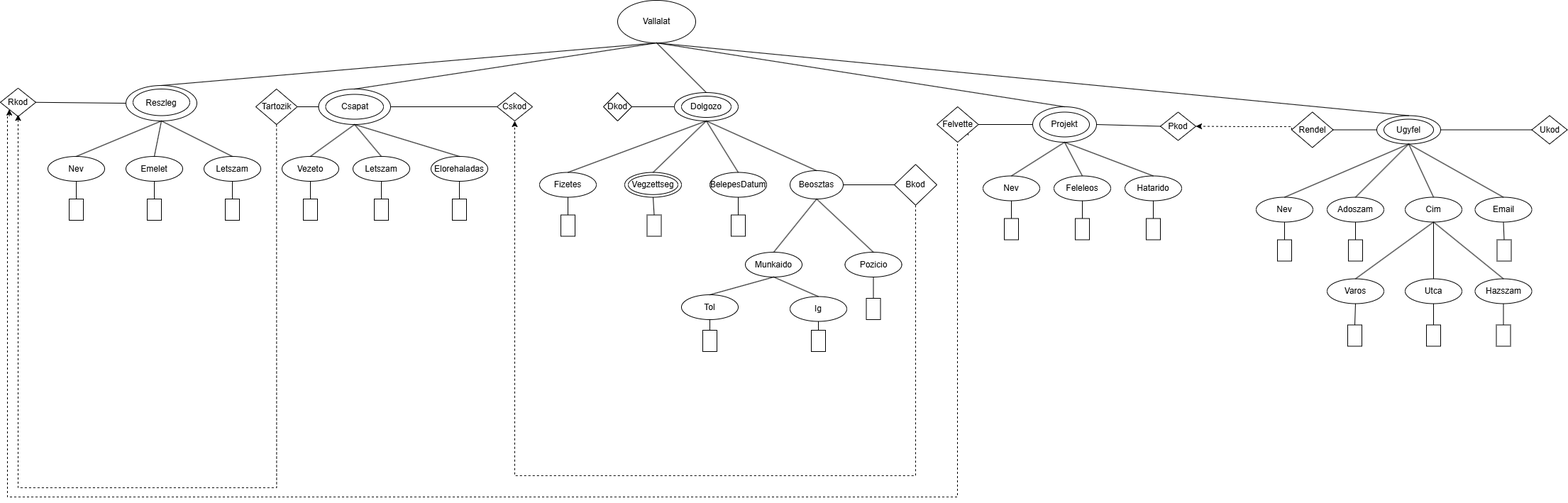
Before: XMLTaskY4O4X0/XDMY4O4X0.png, a diagram exported from draw.io (szaloczy/Y4O4X0WebXML). Source tidied: cells renumbered, new cells last; positions are measured from the earlier drawing's top-left corner, leaving out a move shared by most shapes.
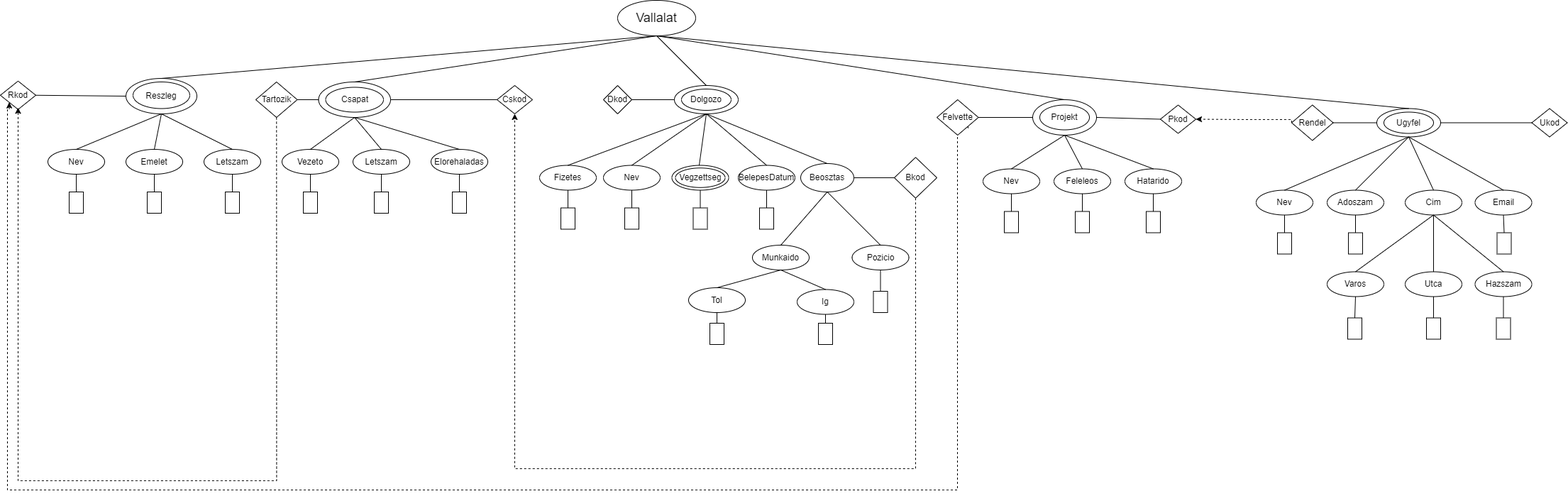
After the commit.

What changed in the source:
```diff
@@ -2,8 +2,8 @@
   <root>
     <mxCell id="0" />
     <mxCell id="1" parent="0" />
-    <mxCell id="2" value="Vallalat" style="ellipse;whiteSpace=wrap;html=1;" parent="1" vertex="1">
-      <mxGeometry x="870" width="110" height="60" as="geometry" />
+    <mxCell id="2" value="&lt;font style=&quot;font-size: 18px;&quot;&gt;Vallalat&lt;/font&gt;" style="ellipse;whiteSpace=wrap;html=1;" parent="1" vertex="1">
+      <mxGeometry x="870" y="10" width="110" height="50" as="geometry" />
     </mxCell>
     <mxCell id="3" value="Csapat" style="ellipse;whiteSpace=wrap;html=1;" parent="1" vertex="1">
       <mxGeometry x="448.5" y="125" width="101.5" height="50" as="geometry" />
@@ -59,15 +59,15 @@
     <mxCell id="20" style="ellipse;whiteSpace=wrap;html=1;fillColor=none;" parent="1" vertex="1">
       <mxGeometry x="1950" y="167.5" width="70" height="30" as="geometry" />
     </mxCell>
-    <mxCell id="21" style="edgeStyle=orthogonalEdgeStyle;rounded=0;jettySize=auto;html=1;entryX=0.5;entryY=1;entryDx=0;entryDy=0;dashed=1;exitX=0.5;exitY=1;exitDx=0;exitDy=0;" parent="1" edge="1" source="22">
-      <mxGeometry relative="1" as="geometry">
-        <mxPoint x="25" y="161.2" as="targetPoint" />
-        <Array as="points">
-          <mxPoint x="389" y="687" />
-          <mxPoint x="25" y="687" />
-        </Array>
-      </mxGeometry>
-    </mxCell>
+    <mxCell id="131" style="edgeStyle=orthogonalEdgeStyle;rounded=0;jettySize=auto;html=1;entryX=0.5;entryY=1;entryDx=0;entryDy=0;dashed=1;exitX=0.5;exitY=1;exitDx=0;exitDy=0;" parent="1" edge="1" source="22">
+      <mxGeometry relative="1" as="geometry">
+        <mxPoint x="25" y="161.2" as="targetPoint" />
+        <Array as="points">
+          <mxPoint x="389" y="687" />
+          <mxPoint x="25" y="687" />
+        </Array>
+      </mxGeometry>
+    </mxCell>
     <mxCell id="22" value="Tartozik" style="rhombus;whiteSpace=wrap;html=1;" parent="1" vertex="1">
       <mxGeometry x="360" y="125" width="58.5" height="50" as="geometry" />
     </mxCell>
@@ -162,16 +162,16 @@
       <mxGeometry relative="1" as="geometry" />
     </mxCell>
     <mxCell id="50" value="Beosztas" style="ellipse;whiteSpace=wrap;html=1;" parent="1" vertex="1">
-      <mxGeometry x="1113" y="240" width="75" height="40" as="geometry" />
+      <mxGeometry x="1128" y="240" width="75" height="40" as="geometry" />
     </mxCell>
     <mxCell id="51" style="endArrow=none;html=1;rounded=0;exitX=0.5;exitY=1;exitDx=0;exitDy=0;entryX=0.5;entryY=0;entryDx=0;entryDy=0;" parent="1" edge="1" source="6" target="50">
       <mxGeometry relative="1" as="geometry" />
     </mxCell>
     <mxCell id="52" value="Munkaido" style="ellipse;whiteSpace=wrap;html=1;fillColor=none;" parent="1" vertex="1">
-      <mxGeometry x="1050" y="355" width="80" height="35" as="geometry" />
+      <mxGeometry x="1060" y="355" width="80" height="35" as="geometry" />
     </mxCell>
     <mxCell id="53" value="Pozicio" style="ellipse;whiteSpace=wrap;html=1;fillColor=none;" parent="1" vertex="1">
-      <mxGeometry x="1190.5" y="355" width="80" height="35" as="geometry" />
+      <mxGeometry x="1200.5" y="355" width="80" height="35" as="geometry" />
     </mxCell>
     <mxCell id="54" style="endArrow=none;html=1;rounded=0;exitX=0.5;exitY=0;exitDx=0;exitDy=0;entryX=0.5;entryY=1;entryDx=0;entryDy=0;" parent="1" edge="1" source="52" target="50">
       <mxGeometry relative="1" as="geometry" />
@@ -183,17 +183,19 @@
       <mxGeometry x="760" y="242.5" width="80" height="35" as="geometry" />
     </mxCell>
     <mxCell id="57" value="Vegzettseg" style="ellipse;whiteSpace=wrap;html=1;fillColor=none;" parent="1" vertex="1">
-      <mxGeometry x="880" y="242.5" width="80" height="35" as="geometry" />
+      <mxGeometry x="946.5" y="242.5" width="80" height="35" as="geometry" />
     </mxCell>
     <mxCell id="58" value="BelepesDatum" style="ellipse;whiteSpace=wrap;html=1;fillColor=none;" parent="1" vertex="1">
-      <mxGeometry x="1000" y="242.5" width="80" height="35" as="geometry" />
+      <mxGeometry x="1040" y="242.5" width="80" height="35" as="geometry" />
     </mxCell>
     <mxCell id="59" style="endArrow=none;html=1;rounded=0;exitX=0.5;exitY=0;exitDx=0;exitDy=0;entryX=0.5;entryY=1;entryDx=0;entryDy=0;" parent="1" edge="1" source="56" target="6">
       <mxGeometry relative="1" as="geometry" />
     </mxCell>
-    <mxCell id="60" style="endArrow=none;html=1;rounded=0;exitX=0.5;exitY=0;exitDx=0;exitDy=0;entryX=0.5;entryY=1;entryDx=0;entryDy=0;" parent="1" edge="1" source="57" target="6">
-      <mxGeometry relative="1" as="geometry" />
-    </mxCell>
+    <mxCell id="132" style="endArrow=none;html=1;rounded=0;exitX=0.5;exitY=0;exitDx=0;exitDy=0;entryX=0.5;entryY=1;entryDx=0;entryDy=0;" parent="1" edge="1" target="6">
+      <mxGeometry relative="1" as="geometry">
+        <mxPoint x="985" y="242.5" as="sourcePoint" />
+      </mxGeometry>
+    </mxCell>
     <mxCell id="61" style="endArrow=none;html=1;rounded=0;exitX=0.5;exitY=0;exitDx=0;exitDy=0;entryX=0.5;entryY=1;entryDx=0;entryDy=0;" parent="1" edge="1" source="58" target="6">
       <mxGeometry relative="1" as="geometry" />
     </mxCell>
@@ -307,30 +309,30 @@
     <mxCell id="96" style="endArrow=none;html=1;rounded=0;exitX=0.5;exitY=0;exitDx=0;exitDy=0;entryX=0.5;entryY=1;entryDx=0;entryDy=0;" parent="1" edge="1" source="95" target="31">
       <mxGeometry relative="1" as="geometry" />
     </mxCell>
-    <mxCell id="97" style="rounded=0;whiteSpace=wrap;html=1;" parent="1" vertex="1">
-      <mxGeometry x="1030" y="302.5" width="20" height="30" as="geometry" />
-    </mxCell>
-    <mxCell id="98" style="endArrow=none;html=1;rounded=0;exitX=0.5;exitY=0;exitDx=0;exitDy=0;entryX=0.5;entryY=1;entryDx=0;entryDy=0;" parent="1" edge="1" source="97" target="58">
-      <mxGeometry relative="1" as="geometry" />
-    </mxCell>
-    <mxCell id="99" style="rounded=0;whiteSpace=wrap;html=1;" parent="1" vertex="1">
-      <mxGeometry x="911.5" y="302.5" width="20" height="30" as="geometry" />
-    </mxCell>
-    <mxCell id="100" style="endArrow=none;html=1;rounded=0;exitX=0.5;exitY=0;exitDx=0;exitDy=0;entryX=0.5;entryY=1;entryDx=0;entryDy=0;" parent="1" edge="1" source="99" target="57">
-      <mxGeometry relative="1" as="geometry" />
-    </mxCell>
+    <mxCell id="133" style="rounded=0;whiteSpace=wrap;html=1;" parent="1" vertex="1">
+      <mxGeometry x="1070" y="302.5" width="20" height="30" as="geometry" />
+    </mxCell>
+    <mxCell id="134" style="endArrow=none;html=1;rounded=0;exitX=0.5;exitY=0;exitDx=0;exitDy=0;entryX=0.5;entryY=1;entryDx=0;entryDy=0;" parent="1" edge="1" source="133" target="58">
+      <mxGeometry relative="1" as="geometry" />
+    </mxCell>
+    <mxCell id="135" style="rounded=0;whiteSpace=wrap;html=1;" parent="1" vertex="1">
+      <mxGeometry x="976.5" y="302.5" width="20" height="30" as="geometry" />
+    </mxCell>
+    <mxCell id="136" style="endArrow=none;html=1;rounded=0;exitX=0.5;exitY=0;exitDx=0;exitDy=0;entryX=0.5;entryY=1;entryDx=0;entryDy=0;" parent="1" edge="1" source="135" target="57">
+      <mxGeometry relative="1" as="geometry" />
+    </mxCell>
     <mxCell id="101" style="rounded=0;whiteSpace=wrap;html=1;" parent="1" vertex="1">
       <mxGeometry x="790" y="302.5" width="20" height="30" as="geometry" />
     </mxCell>
     <mxCell id="102" style="endArrow=none;html=1;rounded=0;exitX=0.5;exitY=0;exitDx=0;exitDy=0;entryX=0.5;entryY=1;entryDx=0;entryDy=0;" parent="1" edge="1" source="101" target="56">
       <mxGeometry relative="1" as="geometry" />
     </mxCell>
-    <mxCell id="103" style="rounded=0;whiteSpace=wrap;html=1;" parent="1" vertex="1">
-      <mxGeometry x="1220.5" y="420" width="20" height="30" as="geometry" />
-    </mxCell>
-    <mxCell id="104" style="endArrow=none;html=1;rounded=0;exitX=0.5;exitY=0;exitDx=0;exitDy=0;entryX=0.5;entryY=1;entryDx=0;entryDy=0;" parent="1" edge="1" source="103" target="53">
-      <mxGeometry relative="1" as="geometry" />
-    </mxCell>
+    <mxCell id="137" style="rounded=0;whiteSpace=wrap;html=1;" parent="1" vertex="1">
+      <mxGeometry x="1230.5" y="420" width="20" height="30" as="geometry" />
+    </mxCell>
+    <mxCell id="138" style="endArrow=none;html=1;rounded=0;exitX=0.5;exitY=0;exitDx=0;exitDy=0;entryX=0.5;entryY=1;entryDx=0;entryDy=0;" parent="1" edge="1" source="137" target="53">
+      <mxGeometry relative="1" as="geometry" />
+    </mxCell>
     <mxCell id="105" style="rounded=0;whiteSpace=wrap;html=1;" parent="1" vertex="1">
       <mxGeometry x="2108.5" y="457.5" width="20" height="30" as="geometry" />
     </mxCell>
@@ -367,9 +369,9 @@
     <mxCell id="116" style="endArrow=none;html=1;rounded=0;exitX=0.5;exitY=0;exitDx=0;exitDy=0;entryX=0.5;entryY=1;entryDx=0;entryDy=0;" parent="1" edge="1" source="115" target="67">
       <mxGeometry relative="1" as="geometry" />
     </mxCell>
-    <mxCell id="117" style="ellipse;whiteSpace=wrap;html=1;fillColor=none;" parent="1" vertex="1">
-      <mxGeometry x="885" y="246.2" width="70" height="27.5" as="geometry" />
-    </mxCell>
+    <mxCell id="139" style="ellipse;whiteSpace=wrap;html=1;fillColor=none;" parent="1" vertex="1">
+      <mxGeometry x="951.5" y="246.2" width="70" height="27.5" as="geometry" />
+    </mxCell>
     <mxCell id="118" style="edgeStyle=orthogonalEdgeStyle;rounded=0;jettySize=auto;html=1;entryX=0.5;entryY=1;entryDx=0;entryDy=0;exitX=0.5;exitY=1;exitDx=0;exitDy=0;dashed=1;" parent="1" edge="1" source="119" target="9">
       <mxGeometry relative="1" as="geometry">
         <Array as="points">
@@ -391,10 +393,10 @@
       <mxGeometry relative="1" as="geometry" />
     </mxCell>
     <mxCell id="123" value="Tol" style="ellipse;whiteSpace=wrap;html=1;fillColor=none;" parent="1" vertex="1">
-      <mxGeometry x="960" y="415" width="80" height="35" as="geometry" />
+      <mxGeometry x="970" y="415" width="80" height="35" as="geometry" />
     </mxCell>
     <mxCell id="124" value="Ig" style="ellipse;whiteSpace=wrap;html=1;fillColor=none;" parent="1" vertex="1">
-      <mxGeometry x="1113" y="417.5" width="80" height="35" as="geometry" />
+      <mxGeometry x="1123" y="417.5" width="80" height="35" as="geometry" />
     </mxCell>
     <mxCell id="125" style="endArrow=none;html=1;rounded=0;exitX=0.5;exitY=0;exitDx=0;exitDy=0;entryX=0.5;entryY=1;entryDx=0;entryDy=0;" parent="1" edge="1" source="123" target="52">
       <mxGeometry relative="1" as="geometry" />
@@ -402,17 +404,29 @@
     <mxCell id="126" style="endArrow=none;html=1;rounded=0;exitX=0.5;exitY=0;exitDx=0;exitDy=0;entryX=0.5;entryY=1;entryDx=0;entryDy=0;" parent="1" edge="1" source="124" target="52">
       <mxGeometry relative="1" as="geometry" />
     </mxCell>
-    <mxCell id="127" style="rounded=0;whiteSpace=wrap;html=1;" parent="1" vertex="1">
-      <mxGeometry x="990" y="465" width="20" height="30" as="geometry" />
-    </mxCell>
-    <mxCell id="128" style="endArrow=none;html=1;rounded=0;exitX=0.5;exitY=0;exitDx=0;exitDy=0;entryX=0.5;entryY=1;entryDx=0;entryDy=0;" parent="1" edge="1" source="127" target="123">
-      <mxGeometry relative="1" as="geometry" />
-    </mxCell>
-    <mxCell id="129" style="rounded=0;whiteSpace=wrap;html=1;" parent="1" vertex="1">
-      <mxGeometry x="1143" y="465" width="20" height="30" as="geometry" />
-    </mxCell>
-    <mxCell id="130" style="endArrow=none;html=1;rounded=0;exitX=0.5;exitY=0;exitDx=0;exitDy=0;entryX=0.5;entryY=1;entryDx=0;entryDy=0;" parent="1" edge="1" source="129" target="124">
-      <mxGeometry relative="1" as="geometry" />
-    </mxCell>
+    <mxCell id="140" style="rounded=0;whiteSpace=wrap;html=1;" parent="1" vertex="1">
+      <mxGeometry x="1000" y="465" width="20" height="30" as="geometry" />
+    </mxCell>
+    <mxCell id="141" style="endArrow=none;html=1;rounded=0;exitX=0.5;exitY=0;exitDx=0;exitDy=0;entryX=0.5;entryY=1;entryDx=0;entryDy=0;" parent="1" edge="1" source="140" target="123">
+      <mxGeometry relative="1" as="geometry" />
+    </mxCell>
+    <mxCell id="142" style="rounded=0;whiteSpace=wrap;html=1;" parent="1" vertex="1">
+      <mxGeometry x="1153" y="465" width="20" height="30" as="geometry" />
+    </mxCell>
+    <mxCell id="143" style="endArrow=none;html=1;rounded=0;exitX=0.5;exitY=0;exitDx=0;exitDy=0;entryX=0.5;entryY=1;entryDx=0;entryDy=0;" parent="1" edge="1" source="142" target="124">
+      <mxGeometry relative="1" as="geometry" />
+    </mxCell>
+    <mxCell id="144" value="Nev" style="ellipse;whiteSpace=wrap;html=1;fillColor=none;" parent="1" vertex="1">
+      <mxGeometry x="850" y="242.5" width="80" height="35" as="geometry" />
+    </mxCell>
+    <mxCell id="145" style="endArrow=none;html=1;rounded=0;exitX=0.5;exitY=0;exitDx=0;exitDy=0;entryX=0.5;entryY=1;entryDx=0;entryDy=0;" parent="1" edge="1" source="144" target="6">
+      <mxGeometry relative="1" as="geometry" />
+    </mxCell>
+    <mxCell id="146" style="rounded=0;whiteSpace=wrap;html=1;" parent="1" vertex="1">
+      <mxGeometry x="880" y="302.5" width="20" height="30" as="geometry" />
+    </mxCell>
+    <mxCell id="147" style="endArrow=none;html=1;rounded=0;exitX=0.5;exitY=0;exitDx=0;exitDy=0;entryX=0.5;entryY=1;entryDx=0;entryDy=0;" parent="1" edge="1" source="146" target="144">
+      <mxGeometry relative="1" as="geometry" />
+    </mxCell>
   </root>
 </mxGraphModel>
```
